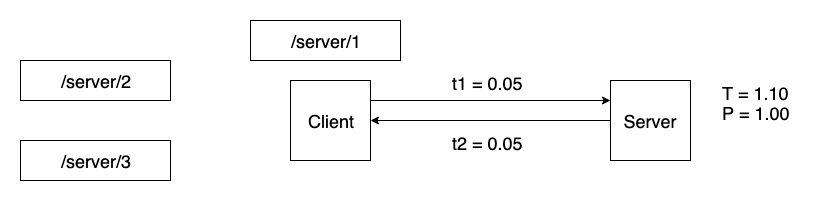
saurabh-hirani/slides keeps this draw.io diagram as decks/grequests-https-talk/images/python-requests-flow-5.png. Above is the earlier version. Source tidied: cells renumbered, new cells last; positions are measured from the earlier drawing's top-left corner, leaving out a move shared by most shapes.
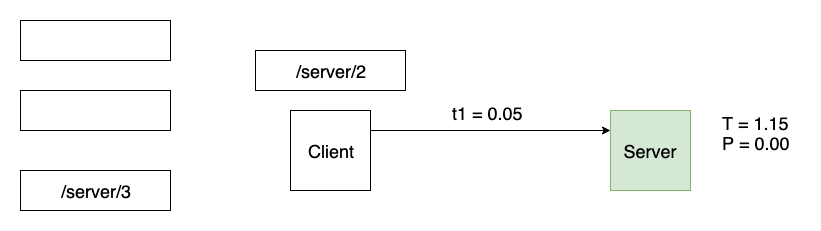
The same diagram one commit later.

The edit, as a diff of the source:
```diff
@@ -2,22 +2,16 @@
   <root>
     <mxCell id="0" />
     <mxCell id="1" parent="0" />
-    <mxCell id="2" value="&lt;span style=&quot;white-space: normal&quot;&gt;&lt;font style=&quot;font-size: 18px&quot;&gt;/server/1&lt;/font&gt;&lt;/span&gt;" style="rounded=0;whiteSpace=wrap;html=1;" parent="1" vertex="1">
-      <mxGeometry x="230" width="150" height="40" as="geometry" />
+    <mxCell id="2" value="&lt;span style=&quot;white-space: normal&quot;&gt;&lt;font style=&quot;font-size: 18px&quot;&gt;/server/2&lt;/font&gt;&lt;/span&gt;" style="rounded=0;whiteSpace=wrap;html=1;" parent="1" vertex="1">
+      <mxGeometry x="235" width="150" height="40" as="geometry" />
     </mxCell>
-    <mxCell id="3" value="&lt;span style=&quot;white-space: normal&quot;&gt;&lt;font style=&quot;font-size: 18px&quot;&gt;/server/2&lt;/font&gt;&lt;/span&gt;" style="rounded=0;whiteSpace=wrap;html=1;" parent="1" vertex="1">
-      <mxGeometry y="40" width="150" height="40" as="geometry" />
-    </mxCell>
     <mxCell id="4" value="&lt;span style=&quot;white-space: normal&quot;&gt;&lt;font style=&quot;font-size: 18px&quot;&gt;/server/3&lt;/font&gt;&lt;/span&gt;" style="rounded=0;whiteSpace=wrap;html=1;" parent="1" vertex="1">
       <mxGeometry y="120" width="150" height="40" as="geometry" />
     </mxCell>
     <mxCell id="5" value="&lt;font style=&quot;font-size: 18px&quot;&gt;Client&lt;/font&gt;" style="whiteSpace=wrap;html=1;" parent="1" vertex="1">
       <mxGeometry x="270" y="60" width="80" height="80" as="geometry" />
     </mxCell>
-    <mxCell id="6" style="edgeStyle=orthogonalEdgeStyle;rounded=0;jettySize=auto;html=1;exitX=0;exitY=0.5;exitDx=0;exitDy=0;entryX=1;entryY=0.5;entryDx=0;entryDy=0;" parent="1" edge="1" source="7" target="5">
-      <mxGeometry relative="1" as="geometry" />
-    </mxCell>
-    <mxCell id="7" value="&lt;font style=&quot;font-size: 18px&quot;&gt;Server&lt;/font&gt;" style="whiteSpace=wrap;html=1;" parent="1" vertex="1">
+    <mxCell id="7" value="&lt;font style=&quot;font-size: 18px&quot;&gt;Server&lt;/font&gt;" style="whiteSpace=wrap;html=1;fillColor=#d5e8d4;strokeColor=#82b366;" parent="1" vertex="1">
       <mxGeometry x="590" y="60" width="80" height="80" as="geometry" />
     </mxCell>
     <mxCell id="8" style="endArrow=classic;html=1;exitX=1;exitY=0.25;exitDx=0;exitDy=0;entryX=0;entryY=0.25;entryDx=0;entryDy=0;" parent="1" edge="1" source="5" target="7">
@@ -26,14 +20,17 @@
     <mxCell id="9" value="&lt;font style=&quot;font-size: 18px&quot;&gt;t1 = 0.05&lt;/font&gt;" style="text;html=1;align=left;verticalAlign=top;spacingTop=-4;" parent="1" vertex="1">
       <mxGeometry x="430" y="50" width="90" height="20" as="geometry" />
     </mxCell>
-    <mxCell id="10" value="&lt;font style=&quot;font-size: 18px&quot;&gt;T = 1.10&lt;/font&gt;" style="text;html=1;align=left;verticalAlign=top;spacingTop=-4;" parent="1" vertex="1">
+    <mxCell id="10" value="&lt;font style=&quot;font-size: 18px&quot;&gt;T = 1.15&lt;/font&gt;" style="text;html=1;align=left;verticalAlign=top;spacingTop=-4;" parent="1" vertex="1">
       <mxGeometry x="700" y="60" width="80" height="20" as="geometry" />
     </mxCell>
-    <mxCell id="11" value="&lt;font style=&quot;font-size: 18px&quot;&gt;P = 1.00&lt;/font&gt;" style="text;html=1;align=left;verticalAlign=top;spacingTop=-4;" parent="1" vertex="1">
+    <mxCell id="11" value="&lt;font style=&quot;font-size: 18px&quot;&gt;P = 0.00&lt;/font&gt;" style="text;html=1;align=left;verticalAlign=top;spacingTop=-4;" parent="1" vertex="1">
       <mxGeometry x="700" y="80" width="80" height="20" as="geometry" />
     </mxCell>
-    <mxCell id="12" value="&lt;font style=&quot;font-size: 18px&quot;&gt;t2 = 0.05&lt;/font&gt;" style="text;html=1;align=left;verticalAlign=top;spacingTop=-4;" parent="1" vertex="1">
-      <mxGeometry x="430" y="110" width="90" height="20" as="geometry" />
-    </mxCell>
+    <mxCell id="13" style="rounded=0;whiteSpace=wrap;html=1;" parent="1" vertex="1">
+      <mxGeometry y="-30" width="150" height="40" as="geometry" />
+    </mxCell>
+    <mxCell id="14" style="rounded=0;whiteSpace=wrap;html=1;" parent="1" vertex="1">
+      <mxGeometry y="40" width="150" height="40" as="geometry" />
+    </mxCell>
   </root>
 </mxGraphModel>
```
